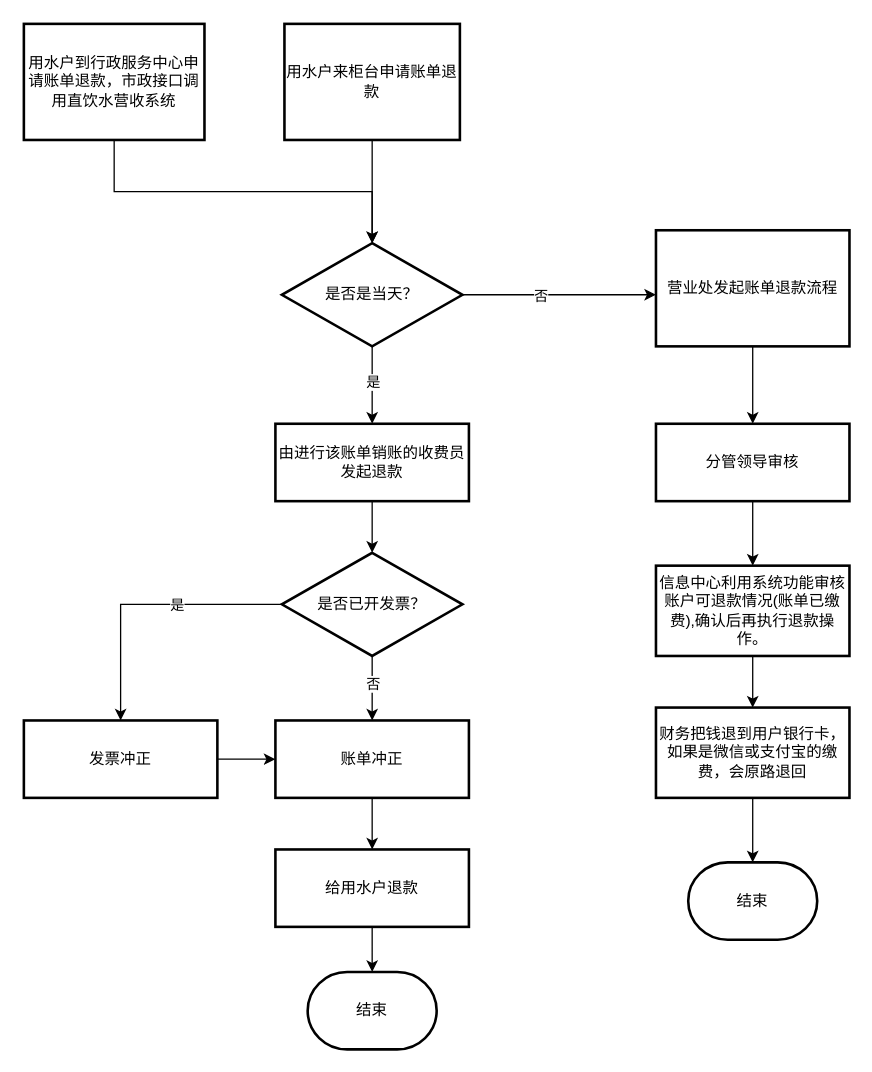
chenkjia/draw.io keeps this draw.io diagram as 账单退款流程.drawio. Above is the earlier version. Source tidied: cells renumbered, new cells numbered last; positions are measured from the earlier drawing's top-left corner, leaving out a move shared by most shapes. Both pictures are drawn from the tidied source at 129%, with x=0, y=0 at pixel (23, 23).
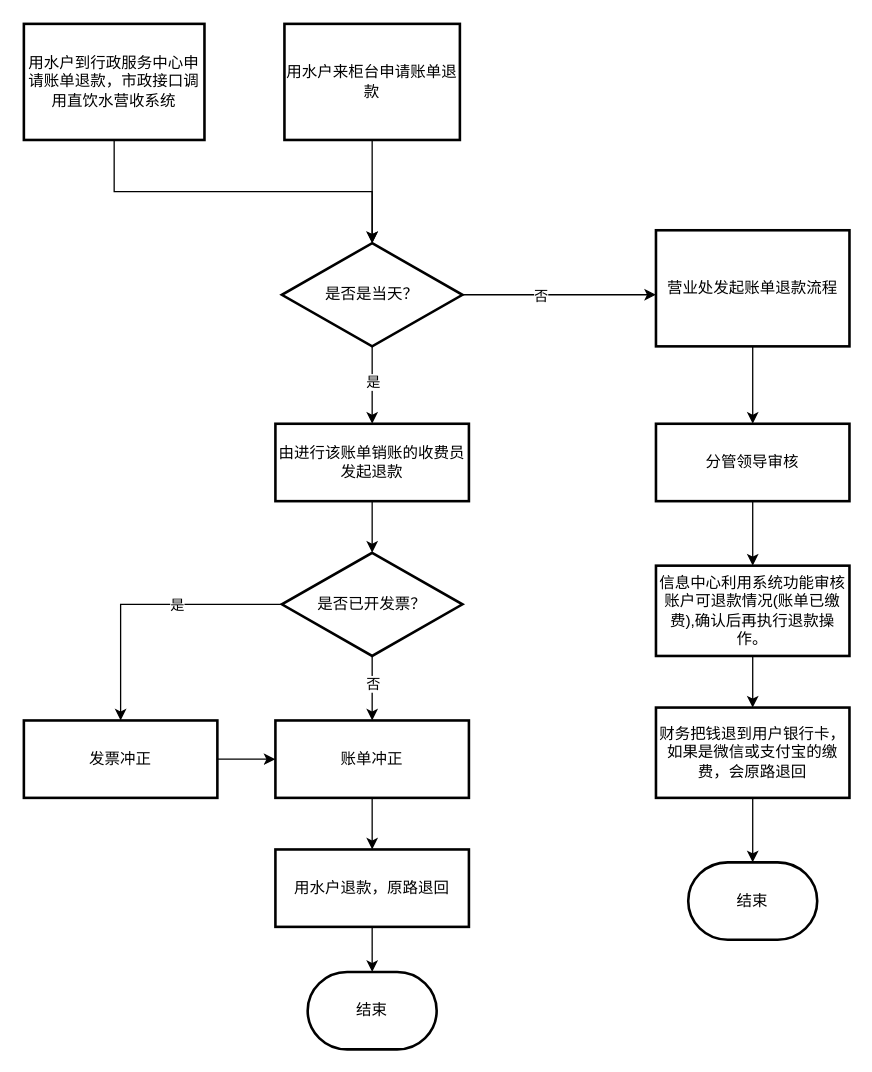
Above is the later version.

Commit message:
更新账单退款流程.drawio

Change to the diagram source:
```diff
@@
-    <mxCell id="26" value="给用水户退款" style="rounded=0;whiteSpace=wrap;html=1;strokeWidth=2;" parent="1" vertex="1">
+    <mxCell id="26" value="用水户退款，原路退回" style="rounded=0;whiteSpace=wrap;html=1;strokeWidth=2;" parent="1" vertex="1">
       <mxGeometry x="195" y="640" width="150" height="60" as="geometry" />
     </mxCell>
```
